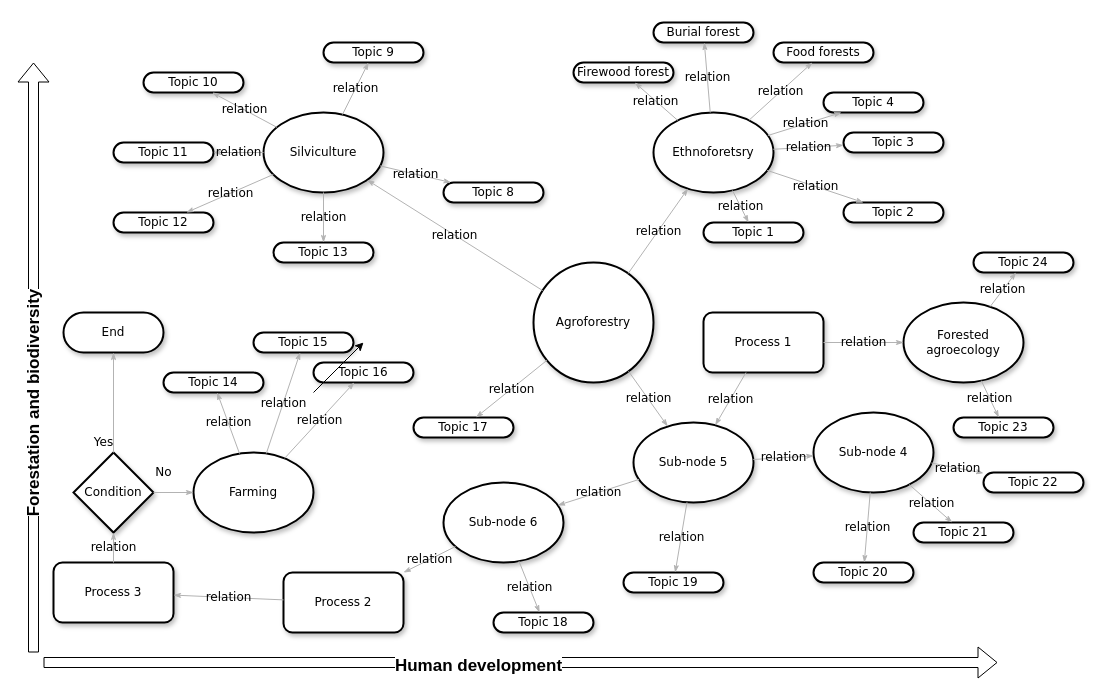
Above: Untitled Diagram.drawio in CWWhitney/ethnoforestry_agroforestry (draw.io), before the change. Source tidied: cells renumbered, new cells numbered last; positions are measured from the earlier drawing's top-left corner, leaving out a move shared by most shapes. Both pictures are drawn from the tidied source at 100%, with x=0, y=0 at pixel (33, 22).
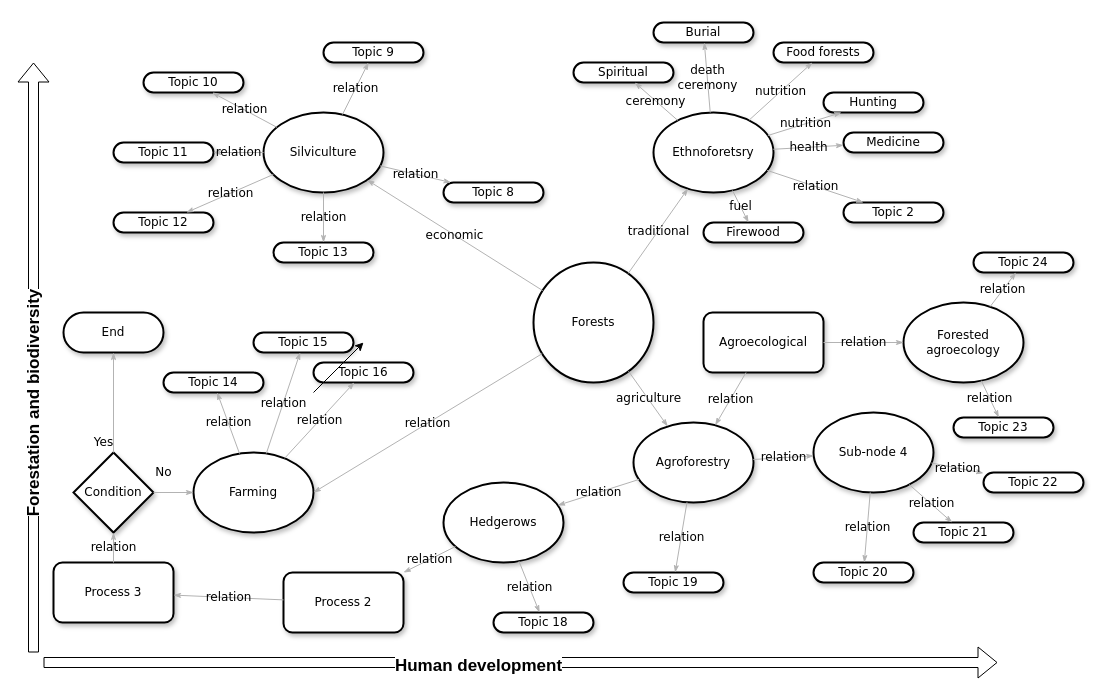
The same page after the edit.

Unchanged cells that the change refers to:
```xml
<mxCell id="3" value="Silviculture" style="ellipse;whiteSpace=wrap;html=1;rounded=1;shadow=1;comic=0;labelBackgroundColor=none;strokeWidth=2;fontFamily=Verdana;fontSize=12;align=center;" parent="1" vertex="1">
  <mxGeometry x="230" y="90" width="120" height="80" as="geometry" />
</mxCell>
<mxCell id="4" value="Ethnoforetsry" style="ellipse;whiteSpace=wrap;html=1;rounded=1;shadow=1;comic=0;labelBackgroundColor=none;strokeWidth=2;fontFamily=Verdana;fontSize=12;align=center;" parent="1" vertex="1">
  <mxGeometry x="620" y="90" width="120" height="80" as="geometry" />
</mxCell>
<mxCell id="16" value="&lt;span&gt;Food forests&lt;/span&gt;" style="whiteSpace=wrap;html=1;rounded=1;shadow=1;comic=0;labelBackgroundColor=none;strokeWidth=2;fontFamily=Verdana;fontSize=12;align=center;arcSize=50;" parent="1" vertex="1">
  <mxGeometry x="740" y="20" width="100" height="20" as="geometry" />
</mxCell>
<mxCell id="64" value="&lt;span&gt;Farming&lt;/span&gt;" style="ellipse;whiteSpace=wrap;html=1;rounded=1;shadow=1;comic=0;labelBackgroundColor=none;strokeWidth=2;fontFamily=Verdana;fontSize=12;align=center;" parent="1" vertex="1">
  <mxGeometry x="160" y="430" width="120" height="80" as="geometry" />
</mxCell>
```

Diff of the diagram source:
```diff
@@
-    <mxCell id="5" value="Agroforestry" style="ellipse;whiteSpace=wrap;html=1;rounded=1;shadow=1;comic=0;labelBackgroundColor=none;strokeWidth=2;fontFamily=Verdana;fontSize=12;align=center;" parent="1" vertex="1">
+    <mxCell id="5" value="Forests" style="ellipse;whiteSpace=wrap;html=1;rounded=1;shadow=1;comic=0;labelBackgroundColor=none;strokeWidth=2;fontFamily=Verdana;fontSize=12;align=center;" parent="1" vertex="1">
       <mxGeometry x="500" y="240" width="120" height="120" as="geometry" />
     </mxCell>
-    <mxCell id="6" value="&lt;span&gt;Sub-node 5&lt;/span&gt;" style="ellipse;whiteSpace=wrap;html=1;rounded=1;shadow=1;comic=0;labelBackgroundColor=none;strokeWidth=2;fontFamily=Verdana;fontSize=12;align=center;" parent="1" vertex="1">
+    <mxCell id="6" value="&lt;span&gt;Agroforestry&lt;/span&gt;" style="ellipse;whiteSpace=wrap;html=1;rounded=1;shadow=1;comic=0;labelBackgroundColor=none;strokeWidth=2;fontFamily=Verdana;fontSize=12;align=center;" parent="1" vertex="1">
       <mxGeometry x="600" y="400" width="120" height="80" as="geometry" />
     </mxCell>
@@
-    <mxCell id="8" value="&lt;span&gt;Sub-node 6&lt;/span&gt;" style="ellipse;whiteSpace=wrap;html=1;rounded=1;shadow=1;comic=0;labelBackgroundColor=none;strokeWidth=2;fontFamily=Verdana;fontSize=12;align=center;" parent="1" vertex="1">
+    <mxCell id="8" value="&lt;span&gt;Hedgerows&lt;/span&gt;" style="ellipse;whiteSpace=wrap;html=1;rounded=1;shadow=1;comic=0;labelBackgroundColor=none;strokeWidth=2;fontFamily=Verdana;fontSize=12;align=center;" parent="1" vertex="1">
       <mxGeometry x="410" y="460" width="120" height="80" as="geometry" />
     </mxCell>
@@
-    <mxCell id="12" value="&lt;span&gt;Firewood forest&lt;/span&gt;" style="whiteSpace=wrap;html=1;rounded=1;shadow=1;comic=0;labelBackgroundColor=none;strokeWidth=2;fontFamily=Verdana;fontSize=12;align=center;arcSize=50;" parent="1" vertex="1">
+    <mxCell id="12" value="&lt;span&gt;Spiritual&lt;/span&gt;" style="whiteSpace=wrap;html=1;rounded=1;shadow=1;comic=0;labelBackgroundColor=none;strokeWidth=2;fontFamily=Verdana;fontSize=12;align=center;arcSize=50;" parent="1" vertex="1">
       <mxGeometry x="540" y="40" width="100" height="20" as="geometry" />
     </mxCell>
@@
-    <mxCell id="15" value="&lt;span&gt;Burial forest&lt;/span&gt;" style="whiteSpace=wrap;html=1;rounded=1;shadow=1;comic=0;labelBackgroundColor=none;strokeWidth=2;fontFamily=Verdana;fontSize=12;align=center;arcSize=50;" parent="1" vertex="1">
+    <mxCell id="15" value="&lt;span&gt;Burial&lt;/span&gt;" style="whiteSpace=wrap;html=1;rounded=1;shadow=1;comic=0;labelBackgroundColor=none;strokeWidth=2;fontFamily=Verdana;fontSize=12;align=center;arcSize=50;" parent="1" vertex="1">
       <mxGeometry x="620" width="100" height="20" as="geometry" />
     </mxCell>
@@
-    <mxCell id="17" value="&lt;span&gt;Topic 4&lt;/span&gt;" style="whiteSpace=wrap;html=1;rounded=1;shadow=1;comic=0;labelBackgroundColor=none;strokeWidth=2;fontFamily=Verdana;fontSize=12;align=center;arcSize=50;" parent="1" vertex="1">
+    <mxCell id="17" value="&lt;span&gt;Hunting&lt;/span&gt;" style="whiteSpace=wrap;html=1;rounded=1;shadow=1;comic=0;labelBackgroundColor=none;strokeWidth=2;fontFamily=Verdana;fontSize=12;align=center;arcSize=50;" parent="1" vertex="1">
       <mxGeometry x="790" y="70" width="100" height="20" as="geometry" />
     </mxCell>
-    <mxCell id="18" value="&lt;span&gt;Topic 3&lt;/span&gt;" style="whiteSpace=wrap;html=1;rounded=1;shadow=1;comic=0;labelBackgroundColor=none;strokeWidth=2;fontFamily=Verdana;fontSize=12;align=center;arcSize=50;" parent="1" vertex="1">
+    <mxCell id="18" value="&lt;span&gt;Medicine&lt;/span&gt;" style="whiteSpace=wrap;html=1;rounded=1;shadow=1;comic=0;labelBackgroundColor=none;strokeWidth=2;fontFamily=Verdana;fontSize=12;align=center;arcSize=50;" parent="1" vertex="1">
       <mxGeometry x="810" y="110" width="100" height="20" as="geometry" />
     </mxCell>
@@
-    <mxCell id="20" value="Topic 1" style="whiteSpace=wrap;html=1;rounded=1;shadow=1;comic=0;labelBackgroundColor=none;strokeWidth=2;fontFamily=Verdana;fontSize=12;align=center;arcSize=50;" parent="1" vertex="1">
+    <mxCell id="20" value="Firewood" style="whiteSpace=wrap;html=1;rounded=1;shadow=1;comic=0;labelBackgroundColor=none;strokeWidth=2;fontFamily=Verdana;fontSize=12;align=center;arcSize=50;" parent="1" vertex="1">
       <mxGeometry x="670" y="200" width="100" height="20" as="geometry" />
     </mxCell>
@@
-    <mxCell id="30" value="relation" style="edgeStyle=none;rounded=1;html=1;labelBackgroundColor=none;startArrow=none;startFill=0;startSize=5;endArrow=classicThin;endFill=1;endSize=5;jettySize=auto;strokeColor=#B3B3B3;strokeWidth=1;fontFamily=Verdana;fontSize=12;" parent="1" edge="1" source="5" target="3">
+    <mxCell id="30" value="economic" style="edgeStyle=none;rounded=1;html=1;labelBackgroundColor=none;startArrow=none;startFill=0;startSize=5;endArrow=classicThin;endFill=1;endSize=5;jettySize=auto;strokeColor=#B3B3B3;strokeWidth=1;fontFamily=Verdana;fontSize=12;" parent="1" edge="1" source="5" target="3">
       <mxGeometry relative="1" as="geometry" />
     </mxCell>
-    <mxCell id="31" value="relation" style="edgeStyle=none;rounded=1;html=1;labelBackgroundColor=none;startArrow=none;startFill=0;startSize=5;endArrow=classicThin;endFill=1;endSize=5;jettySize=auto;strokeColor=#B3B3B3;strokeWidth=1;fontFamily=Verdana;fontSize=12;" parent="1" edge="1" source="5" target="4">
+    <mxCell id="31" value="traditional" style="edgeStyle=none;rounded=1;html=1;labelBackgroundColor=none;startArrow=none;startFill=0;startSize=5;endArrow=classicThin;endFill=1;endSize=5;jettySize=auto;strokeColor=#B3B3B3;strokeWidth=1;fontFamily=Verdana;fontSize=12;" parent="1" edge="1" source="5" target="4">
       <mxGeometry relative="1" as="geometry" />
     </mxCell>
-    <mxCell id="32" value="relation" style="edgeStyle=none;rounded=1;html=1;labelBackgroundColor=none;startArrow=none;startFill=0;startSize=5;endArrow=classicThin;endFill=1;endSize=5;jettySize=auto;strokeColor=#B3B3B3;strokeWidth=1;fontFamily=Verdana;fontSize=12;" parent="1" edge="1" source="5" target="6">
+    <mxCell id="32" value="agriculture" style="edgeStyle=none;rounded=1;html=1;labelBackgroundColor=none;startArrow=none;startFill=0;startSize=5;endArrow=classicThin;endFill=1;endSize=5;jettySize=auto;strokeColor=#B3B3B3;strokeWidth=1;fontFamily=Verdana;fontSize=12;" parent="1" edge="1" source="5" target="6">
       <mxGeometry relative="1" as="geometry" />
     </mxCell>
@@
-    <mxCell id="38" value="relation" style="edgeStyle=none;rounded=1;html=1;labelBackgroundColor=none;startArrow=none;startFill=0;startSize=5;endArrow=classicThin;endFill=1;endSize=5;jettySize=auto;strokeColor=#B3B3B3;strokeWidth=1;fontFamily=Verdana;fontSize=12;" parent="1" edge="1" source="4" target="20">
+    <mxCell id="38" value="fuel" style="edgeStyle=none;rounded=1;html=1;labelBackgroundColor=none;startArrow=none;startFill=0;startSize=5;endArrow=classicThin;endFill=1;endSize=5;jettySize=auto;strokeColor=#B3B3B3;strokeWidth=1;fontFamily=Verdana;fontSize=12;" parent="1" edge="1" source="4" target="20">
       <mxGeometry relative="1" as="geometry" />
     </mxCell>
@@
-    <mxCell id="40" value="relation" style="edgeStyle=none;rounded=1;html=1;labelBackgroundColor=none;startArrow=none;startFill=0;startSize=5;endArrow=classicThin;endFill=1;endSize=5;jettySize=auto;strokeColor=#B3B3B3;strokeWidth=1;fontFamily=Verdana;fontSize=12;" parent="1" edge="1" source="4" target="18">
+    <mxCell id="40" value="health" style="edgeStyle=none;rounded=1;html=1;labelBackgroundColor=none;startArrow=none;startFill=0;startSize=5;endArrow=classicThin;endFill=1;endSize=5;jettySize=auto;strokeColor=#B3B3B3;strokeWidth=1;fontFamily=Verdana;fontSize=12;" parent="1" edge="1" source="4" target="18">
       <mxGeometry relative="1" as="geometry" />
     </mxCell>
-    <mxCell id="41" value="relation" style="edgeStyle=none;rounded=1;html=1;labelBackgroundColor=none;startArrow=none;startFill=0;startSize=5;endArrow=classicThin;endFill=1;endSize=5;jettySize=auto;strokeColor=#B3B3B3;strokeWidth=1;fontFamily=Verdana;fontSize=12;" parent="1" edge="1" source="4" target="17">
+    <mxCell id="41" value="nutrition" style="edgeStyle=none;rounded=1;html=1;labelBackgroundColor=none;startArrow=none;startFill=0;startSize=5;endArrow=classicThin;endFill=1;endSize=5;jettySize=auto;strokeColor=#B3B3B3;strokeWidth=1;fontFamily=Verdana;fontSize=12;" parent="1" edge="1" source="4" target="17">
       <mxGeometry relative="1" as="geometry" />
     </mxCell>
-    <mxCell id="42" value="relation" style="edgeStyle=none;rounded=1;html=1;labelBackgroundColor=none;startArrow=none;startFill=0;startSize=5;endArrow=classicThin;endFill=1;endSize=5;jettySize=auto;strokeColor=#B3B3B3;strokeWidth=1;fontFamily=Verdana;fontSize=12;" parent="1" edge="1" source="4" target="16">
+    <mxCell id="42" value="nutrition" style="edgeStyle=none;rounded=1;html=1;labelBackgroundColor=none;startArrow=none;startFill=0;startSize=5;endArrow=classicThin;endFill=1;endSize=5;jettySize=auto;strokeColor=#B3B3B3;strokeWidth=1;fontFamily=Verdana;fontSize=12;" parent="1" edge="1" source="4" target="16">
       <mxGeometry relative="1" as="geometry" />
     </mxCell>
-    <mxCell id="43" value="relation" style="edgeStyle=none;rounded=1;html=1;labelBackgroundColor=none;startArrow=none;startFill=0;startSize=5;endArrow=classicThin;endFill=1;endSize=5;jettySize=auto;strokeColor=#B3B3B3;strokeWidth=1;fontFamily=Verdana;fontSize=12;" parent="1" edge="1" source="4" target="15">
+    <mxCell id="43" value="death&lt;br&gt;ceremony" style="edgeStyle=none;rounded=1;html=1;labelBackgroundColor=none;startArrow=none;startFill=0;startSize=5;endArrow=classicThin;endFill=1;endSize=5;jettySize=auto;strokeColor=#B3B3B3;strokeWidth=1;fontFamily=Verdana;fontSize=12;" parent="1" edge="1" source="4" target="15">
       <mxGeometry relative="1" as="geometry" />
     </mxCell>
-    <mxCell id="44" value="relation" style="edgeStyle=none;rounded=1;html=1;labelBackgroundColor=none;startArrow=none;startFill=0;startSize=5;endArrow=classicThin;endFill=1;endSize=5;jettySize=auto;strokeColor=#B3B3B3;strokeWidth=1;fontFamily=Verdana;fontSize=12;" parent="1" edge="1" source="4" target="12">
-      <mxGeometry relative="1" as="geometry" />
+    <mxCell id="44" value="ceremony" style="edgeStyle=none;rounded=1;html=1;labelBackgroundColor=none;startArrow=none;startFill=0;startSize=5;endArrow=classicThin;endFill=1;endSize=5;jettySize=auto;strokeColor=#B3B3B3;strokeWidth=1;fontFamily=Verdana;fontSize=12;" parent="1" edge="1" source="4" target="12">
+      <mxGeometry x="0.01" relative="1" as="geometry" />
     </mxCell>
@@
-    <mxCell id="49" value="Process 1" style="rounded=1;whiteSpace=wrap;html=1;shadow=1;comic=0;labelBackgroundColor=none;strokeWidth=2;fontFamily=Verdana;fontSize=12;align=center;" parent="1" vertex="1">
+    <mxCell id="49" value="Agroecological" style="rounded=1;whiteSpace=wrap;html=1;shadow=1;comic=0;labelBackgroundColor=none;strokeWidth=2;fontFamily=Verdana;fontSize=12;align=center;" parent="1" vertex="1">
       <mxGeometry x="670" y="290" width="120" height="60" as="geometry" />
     </mxCell>
@@
-    <mxCell id="57" value="&lt;span&gt;Topic 17&lt;/span&gt;" style="whiteSpace=wrap;html=1;rounded=1;shadow=1;comic=0;labelBackgroundColor=none;strokeWidth=2;fontFamily=Verdana;fontSize=12;align=center;arcSize=50;" parent="1" vertex="1">
-      <mxGeometry x="380" y="395" width="100" height="20" as="geometry" />
-    </mxCell>
@@
-    <mxCell id="72" value="relation" style="edgeStyle=none;rounded=1;html=1;labelBackgroundColor=none;startArrow=none;startFill=0;startSize=5;endArrow=classicThin;endFill=1;endSize=5;jettySize=auto;strokeColor=#B3B3B3;strokeWidth=1;fontFamily=Verdana;fontSize=12;" parent="1" edge="1" source="5" target="57">
+    <mxCell id="72" value="relation" style="edgeStyle=none;rounded=1;html=1;labelBackgroundColor=none;startArrow=none;startFill=0;startSize=5;endArrow=classicThin;endFill=1;endSize=5;jettySize=auto;strokeColor=#B3B3B3;strokeWidth=1;fontFamily=Verdana;fontSize=12;entryX=1;entryY=0.5;entryDx=0;entryDy=0;" parent="1" edge="1" source="5" target="64">
       <mxGeometry relative="1" as="geometry" />
     </mxCell>
```
